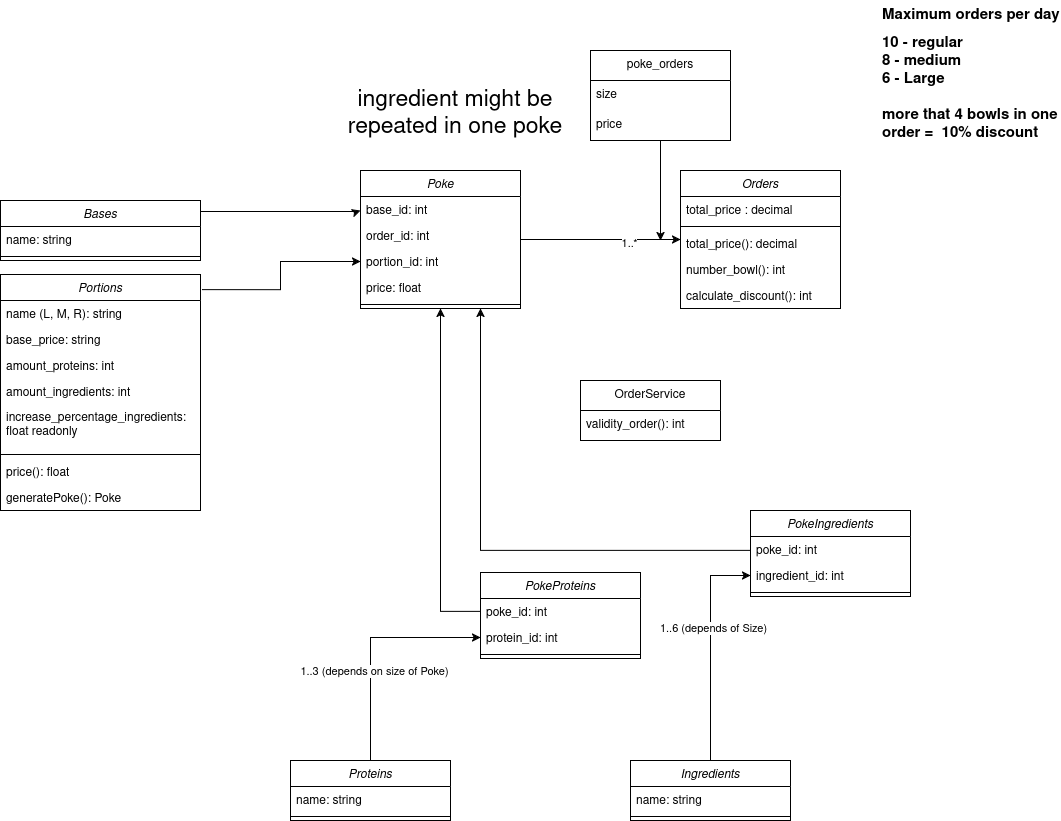
Above: wa-poke-bowl.png in polito-WA1-2025-exam/labs-lazyfollowers (draw.io), before the change. Source tidied: cells renumbered, new cells last; positions are measured from the earlier drawing's top-left corner, leaving out a move shared by most shapes.
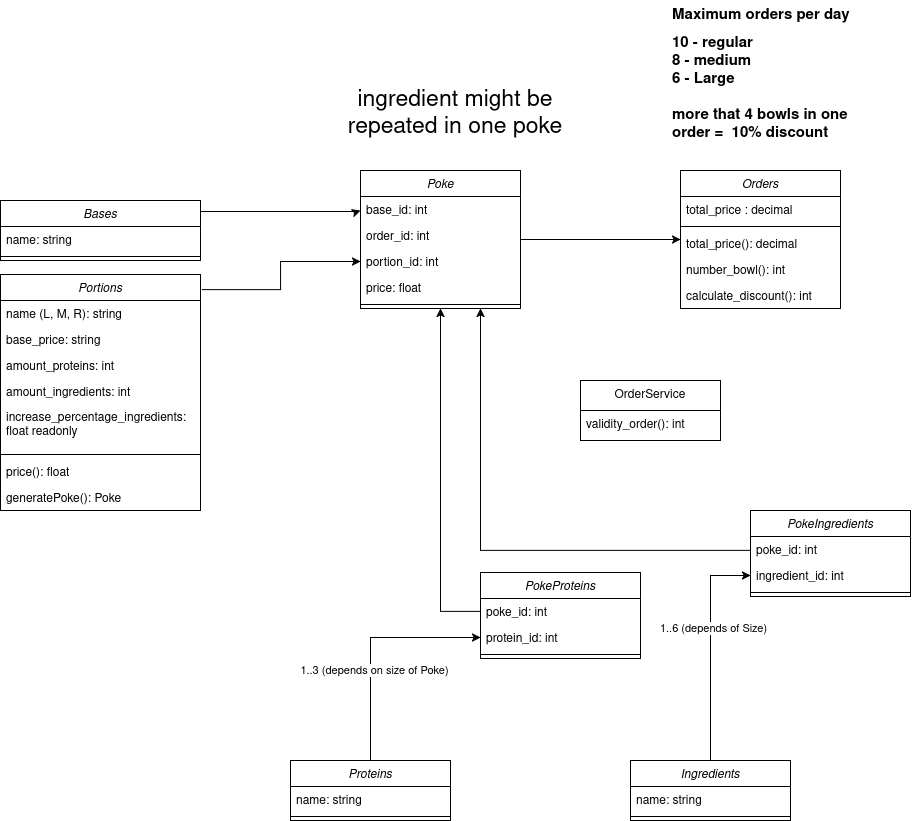
After the change.

Commit message:
other change of diagram

Diff of the diagram source:
```diff
@@ -5,9 +5,6 @@
     <mxCell id="2" style="edgeStyle=orthogonalEdgeStyle;rounded=0;jettySize=auto;html=1;" parent="1" edge="1" source="4" target="21">
       <mxGeometry relative="1" as="geometry" />
     </mxCell>
-    <mxCell id="3" value="1..*" style="edgeLabel;html=1;align=center;verticalAlign=middle;" parent="2" vertex="1">
-      <mxGeometry x="0.35" y="-3" relative="1" as="geometry" />
-    </mxCell>
     <mxCell id="4" value="Poke&#10;" style="swimlane;fontStyle=2;align=center;verticalAlign=top;horizontal=1;startSize=26;rounded=0;shadow=0;strokeWidth=1;" parent="1" vertex="1">
       <mxGeometry x="360" y="170" width="160" height="138" as="geometry" />
     </mxCell>
@@ -86,26 +83,8 @@
       <mxGeometry y="112" width="160" height="26" as="geometry" />
     </mxCell>
     <mxCell id="27" value="&lt;h1 style=&quot;margin-top: 0px; font-size: 15px;&quot;&gt;&lt;font style=&quot;font-size: 15px;&quot;&gt;Maximum orders per day&lt;/font&gt;&lt;/h1&gt;&lt;div style=&quot;font-size: 15px;&quot;&gt;&lt;h1 style=&quot;margin-top: 0px; font-size: 15px; margin-bottom: 0px;&quot;&gt;10 - regular&lt;br&gt;8 - medium&lt;/h1&gt;&lt;b style=&quot;&quot;&gt;&lt;font style=&quot;font-size: 15px;&quot;&gt;6 - Large&lt;br&gt;&lt;br&gt;more that 4 bowls in one order =&amp;nbsp; 10% discount&lt;/font&gt;&lt;/b&gt;&lt;/div&gt;" style="text;html=1;whiteSpace=wrap;overflow=hidden;rounded=0;" parent="1" vertex="1">
-      <mxGeometry x="880" width="180" height="160" as="geometry" />
+      <mxGeometry x="670" width="180" height="160" as="geometry" />
     </mxCell>
-    <mxCell id="28" style="edgeStyle=orthogonalEdgeStyle;rounded=0;jettySize=auto;html=1;" parent="1" edge="1" source="29">
-      <mxGeometry relative="1" as="geometry">
-        <mxPoint x="660" y="240" as="targetPoint" />
-        <Array as="points">
-          <mxPoint x="660" y="220" />
-          <mxPoint x="660" y="220" />
-        </Array>
-      </mxGeometry>
-    </mxCell>
-    <mxCell id="29" value="poke_orders" style="swimlane;fontStyle=0;horizontal=1;startSize=30;whiteSpace=wrap;html=1;" parent="1" vertex="1">
-      <mxGeometry x="590" y="50" width="140" height="90" as="geometry" />
-    </mxCell>
-    <mxCell id="30" value="size" style="text;strokeColor=none;fillColor=none;align=left;verticalAlign=middle;spacingLeft=4;spacingRight=4;overflow=hidden;whiteSpace=wrap;html=1;" parent="29" vertex="1">
-      <mxGeometry y="30" width="140" height="30" as="geometry" />
-    </mxCell>
-    <mxCell id="31" value="price" style="text;strokeColor=none;fillColor=none;align=left;verticalAlign=middle;spacingLeft=4;spacingRight=4;overflow=hidden;whiteSpace=wrap;html=1;" parent="29" vertex="1">
-      <mxGeometry y="60" width="140" height="30" as="geometry" />
-    </mxCell>
     <mxCell id="32" value="OrderService" style="swimlane;fontStyle=0;horizontal=1;startSize=30;whiteSpace=wrap;html=1;" parent="1" vertex="1">
       <mxGeometry x="580" y="380" width="140" height="60" as="geometry" />
     </mxCell>
```
